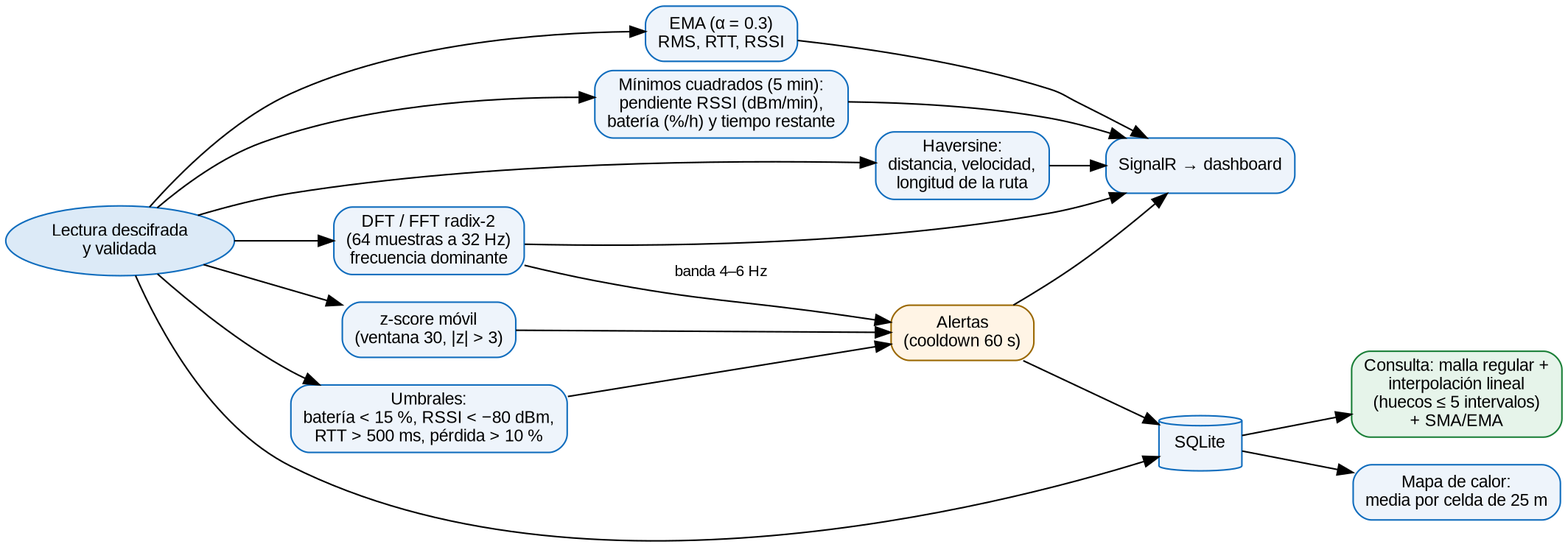
Earlier version of the Graphviz export Examen_SignalTrace/docs/diagramas/png/08_analitica.png (yaelrdf/Virologia_Criptografia_UPIICSA). Its source is kept beside it as Examen_SignalTrace/docs/diagramas/08_analitica.dot. The source it was exported from:
```dot
digraph G { fontname="Arial"; node [fontname="Arial", fontsize=11]; edge [fontname="Arial", fontsize=10];
  rankdir=LR; node [shape=box, style="rounded,filled", fillcolor="#EEF4FB", color="#0F6CBD"];
  r [label="Lectura descifrada\ny validada", shape=oval, fillcolor="#DCEAF7"];
  ema [label="EMA (α = 0.3)\nRMS, RTT, RSSI"];
  z [label="z-score móvil\n(ventana 30, |z| > 3)"];
  th [label="Umbrales:\nbatería < 15 %, RSSI < −80 dBm,\nRTT > 500 ms, pérdida > 10 %"];
  ls [label="Mínimos cuadrados (5 min):\npendiente RSSI (dBm/min),\nbatería (%/h) y tiempo restante"];
  hv [label="Haversine:\ndistancia, velocidad,\nlongitud de la ruta"];
  ft [label="DFT / FFT radix-2\n(64 muestras a 32 Hz)\nfrecuencia dominante"];
  al [label="Alertas\n(cooldown 60 s)", fillcolor="#FFF4E5", color="#9A6700"];
  db [label="SQLite", shape=cylinder];
  hub [label="SignalR → dashboard"];
  grid [label="Consulta: malla regular +\ninterpolación lineal\n(huecos ≤ 5 intervalos)\n+ SMA/EMA", fillcolor="#E6F4EA", color="#1A7F37"];
  heat [label="Mapa de calor:\nmedia por celda de 25 m"];
  r -> {ema z th ls hv ft}; z -> al; th -> al; ft -> al [label="banda 4–6 Hz"]; al -> db; al -> hub; {ema ls hv ft} -> hub; r -> db; db -> grid; db -> heat;
}
```
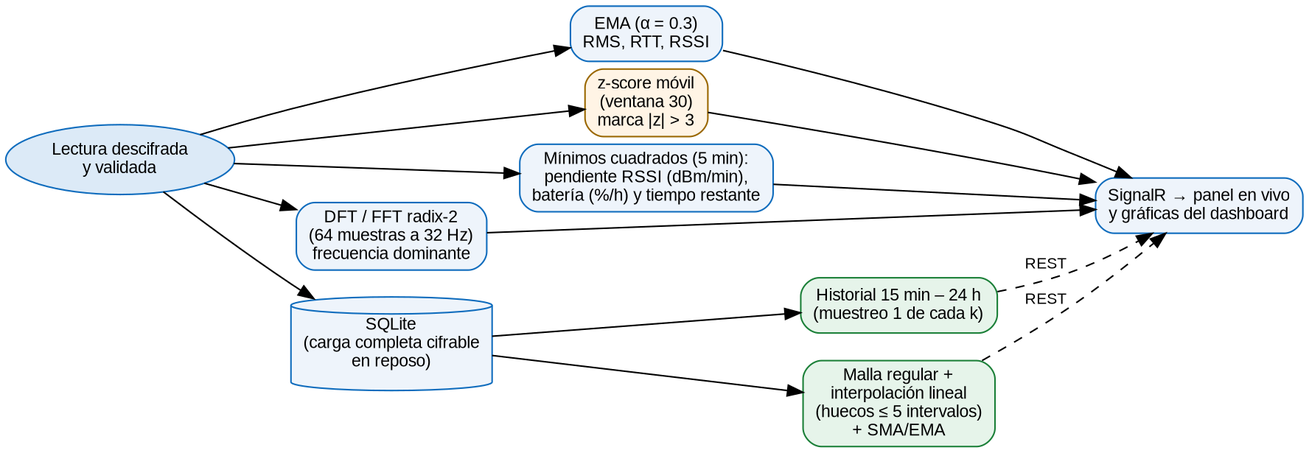
The same diagram one commit later.

Change to the diagram source:
```diff
@@ -2,15 +2,12 @@
   rankdir=LR; node [shape=box, style="rounded,filled", fillcolor="#EEF4FB", color="#0F6CBD"];
   r [label="Lectura descifrada\ny validada", shape=oval, fillcolor="#DCEAF7"];
   ema [label="EMA (α = 0.3)\nRMS, RTT, RSSI"];
-  z [label="z-score móvil\n(ventana 30, |z| > 3)"];
-  th [label="Umbrales:\nbatería < 15 %, RSSI < −80 dBm,\nRTT > 500 ms, pérdida > 10 %"];
+  z [label="z-score móvil\n(ventana 30)\nmarca |z| > 3", fillcolor="#FFF4E5", color="#9A6700"];
   ls [label="Mínimos cuadrados (5 min):\npendiente RSSI (dBm/min),\nbatería (%/h) y tiempo restante"];
-  hv [label="Haversine:\ndistancia, velocidad,\nlongitud de la ruta"];
   ft [label="DFT / FFT radix-2\n(64 muestras a 32 Hz)\nfrecuencia dominante"];
-  al [label="Alertas\n(cooldown 60 s)", fillcolor="#FFF4E5", color="#9A6700"];
-  db [label="SQLite", shape=cylinder];
-  hub [label="SignalR → dashboard"];
-  grid [label="Consulta: malla regular +\ninterpolación lineal\n(huecos ≤ 5 intervalos)\n+ SMA/EMA", fillcolor="#E6F4EA", color="#1A7F37"];
-  heat [label="Mapa de calor:\nmedia por celda de 25 m"];
-  r -> {ema z th ls hv ft}; z -> al; th -> al; ft -> al [label="banda 4–6 Hz"]; al -> db; al -> hub; {ema ls hv ft} -> hub; r -> db; db -> grid; db -> heat;
+  db [label="SQLite\n(carga completa cifrable\nen reposo)", shape=cylinder];
+  hub [label="SignalR → panel en vivo\ny gráficas del dashboard"];
+  hist [label="Historial 15 min – 24 h\n(muestreo 1 de cada k)", fillcolor="#E6F4EA", color="#1A7F37"];
+  grid [label="Malla regular +\ninterpolación lineal\n(huecos ≤ 5 intervalos)\n+ SMA/EMA", fillcolor="#E6F4EA", color="#1A7F37"];
+  r -> {ema z ls ft}; {ema z ls ft} -> hub; r -> db; db -> hist; db -> grid; hist -> hub [style=dashed, label="REST"]; grid -> hub [style=dashed, label="REST"];
 }
```
